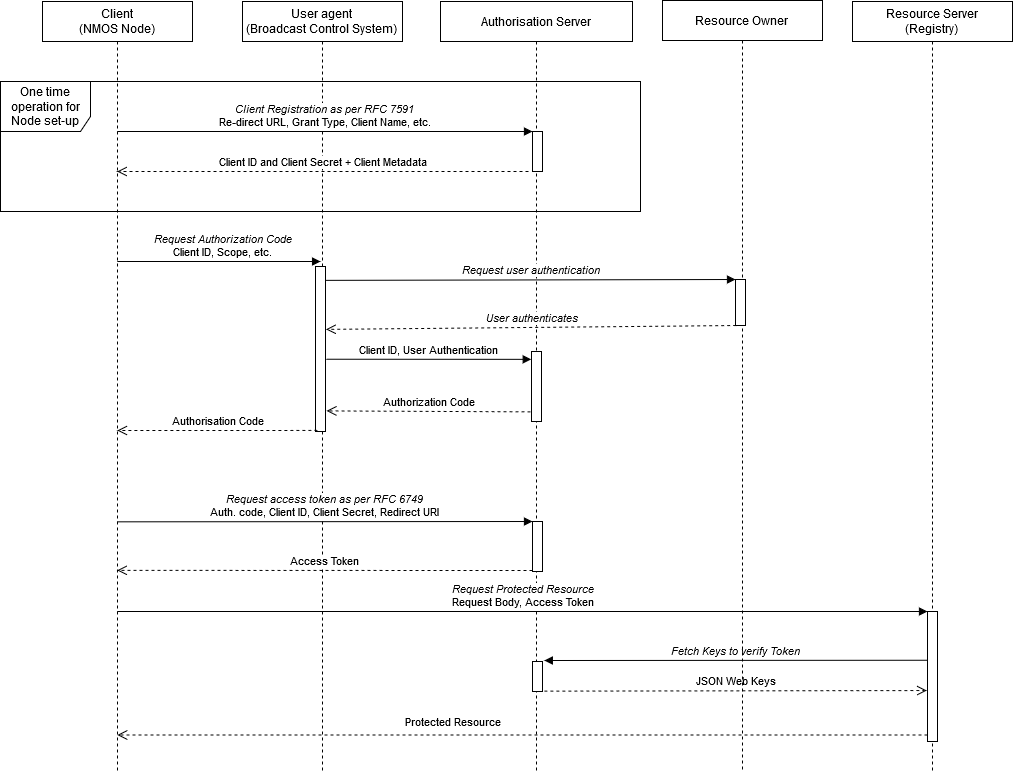
Above: docs/images/authorization_flow.png in AMWA-TV/is-10 (draw.io), before the change. Source tidied: cells renumbered, new cells last; positions are measured from the earlier drawing's top-left corner, leaving out a move shared by most shapes. The source it was exported from:
```xml
<mxGraphModel>
  <root>
    <mxCell id="0" />
    <mxCell id="1" parent="0" />
    <mxCell id="2" value="Client &lt;br&gt;(NMOS Node)" style="shape=umlLifeline;perimeter=lifelinePerimeter;whiteSpace=wrap;html=1;outlineConnect=0;" parent="1" vertex="1">
      <mxGeometry x="42" y="1" width="150" height="770" as="geometry" />
    </mxCell>
    <mxCell id="3" value="User agent&lt;br&gt;(Broadcast Control System)&lt;br&gt;" style="shape=umlLifeline;perimeter=lifelinePerimeter;whiteSpace=wrap;html=1;" parent="1" vertex="1">
      <mxGeometry x="242" y="1" width="160" height="770" as="geometry" />
    </mxCell>
    <mxCell id="4" style="html=1;points=[];perimeter=orthogonalPerimeter;" parent="3" vertex="1">
      <mxGeometry x="73" y="265" width="10" height="165" as="geometry" />
    </mxCell>
    <mxCell id="5" value="Authorisation Server&lt;br&gt;" style="shape=umlLifeline;perimeter=lifelinePerimeter;whiteSpace=wrap;html=1;" parent="1" vertex="1">
      <mxGeometry x="440" y="1" width="192" height="770" as="geometry" />
    </mxCell>
    <mxCell id="6" value="One time operation for Node set-up" style="shape=umlFrame;whiteSpace=wrap;html=1;width=90;height=50;" parent="5" vertex="1">
      <mxGeometry x="-440" y="80" width="640" height="130" as="geometry" />
    </mxCell>
    <mxCell id="7" style="html=1;points=[];perimeter=orthogonalPerimeter;" parent="5" vertex="1">
      <mxGeometry x="92" y="130" width="10" height="40" as="geometry" />
    </mxCell>
    <mxCell id="8" style="html=1;points=[];perimeter=orthogonalPerimeter;" parent="5" vertex="1">
      <mxGeometry x="91" y="350" width="10" height="70" as="geometry" />
    </mxCell>
    <mxCell id="9" style="html=1;points=[];perimeter=orthogonalPerimeter;" parent="5" vertex="1">
      <mxGeometry x="92" y="520" width="10" height="50" as="geometry" />
    </mxCell>
    <mxCell id="10" value="&lt;i&gt;Request access token as per RFC 6749&lt;/i&gt;&lt;br&gt;Auth. code, Client ID, Client Secret, Redirect URI" style="html=1;verticalAlign=bottom;endArrow=block;entryX=0;entryY=0;" parent="5" edge="1" target="9">
      <mxGeometry relative="1" as="geometry">
        <mxPoint x="-323.3" y="520.3" as="sourcePoint" />
      </mxGeometry>
    </mxCell>
    <mxCell id="11" value="Access Token" style="html=1;verticalAlign=bottom;endArrow=open;dashed=1;endSize=8;exitX=0;exitY=0.95;" parent="5" edge="1">
      <mxGeometry relative="1" as="geometry">
        <mxPoint x="92" y="569" as="sourcePoint" />
        <mxPoint x="-323.3" y="568.8" as="targetPoint" />
      </mxGeometry>
    </mxCell>
    <mxCell id="12" style="html=1;points=[];perimeter=orthogonalPerimeter;" parent="5" vertex="1">
      <mxGeometry x="92" y="660" width="10" height="30" as="geometry" />
    </mxCell>
    <mxCell id="13" value="Resource Server&lt;br&gt;(Registry)&lt;br&gt;" style="shape=umlLifeline;perimeter=lifelinePerimeter;whiteSpace=wrap;html=1;" parent="1" vertex="1">
      <mxGeometry x="852" y="1" width="160" height="770" as="geometry" />
    </mxCell>
    <mxCell id="14" style="html=1;points=[];perimeter=orthogonalPerimeter;" parent="13" vertex="1">
      <mxGeometry x="75" y="610" width="10" height="130" as="geometry" />
    </mxCell>
    <mxCell id="15" value="&lt;i&gt;Client Registration as per RFC 7591&lt;br&gt;&lt;/i&gt;Re-direct URL, Grant Type, Client Name, etc. " style="html=1;verticalAlign=bottom;endArrow=block;entryX=0;entryY=0;" parent="1" edge="1" source="2" target="7">
      <mxGeometry relative="1" as="geometry" />
    </mxCell>
    <mxCell id="16" value="Client ID and Client Secret + Client Metadata" style="html=1;verticalAlign=bottom;endArrow=open;dashed=1;endSize=8;" parent="1" edge="1">
      <mxGeometry relative="1" as="geometry">
        <mxPoint x="528" y="171" as="sourcePoint" />
        <mxPoint x="116.7" y="171" as="targetPoint" />
      </mxGeometry>
    </mxCell>
    <mxCell id="17" value="Authorisation Code" style="html=1;verticalAlign=bottom;endArrow=open;dashed=1;endSize=8;exitX=0.186;exitY=0.993;exitDx=0;exitDy=0;exitPerimeter=0;" parent="1" edge="1" source="4" target="2">
      <mxGeometry relative="1" as="geometry">
        <Array as="points">
          <mxPoint x="272" y="430" />
          <mxPoint x="202" y="430" />
        </Array>
      </mxGeometry>
    </mxCell>
    <mxCell id="18" value="Protected Resource" style="html=1;verticalAlign=bottom;endArrow=open;dashed=1;endSize=8;exitX=0;exitY=0.95;" parent="1" edge="1" source="14" target="2">
      <mxGeometry x="0.17" y="-4" relative="1" as="geometry" />
    </mxCell>
    <mxCell id="19" value="&lt;i&gt;Request Protected Resource&lt;/i&gt;&lt;br&gt;Request Body, Access Token&lt;br&gt;" style="html=1;verticalAlign=bottom;endArrow=block;entryX=0;entryY=0;" parent="1" edge="1" source="2" target="14">
      <mxGeometry relative="1" as="geometry" />
    </mxCell>
    <mxCell id="20" value="&lt;i&gt;Fetch Keys to verify Token&lt;br&gt;&lt;/i&gt;" style="html=1;verticalAlign=bottom;endArrow=block;entryX=1.181;entryY=-0.033;entryPerimeter=0;exitX=0.005;exitY=0.375;exitDx=0;exitDy=0;exitPerimeter=0;" parent="1" edge="1" source="14" target="12">
      <mxGeometry relative="1" as="geometry" />
    </mxCell>
    <mxCell id="21" value="JSON Web Keys" style="html=1;verticalAlign=bottom;endArrow=open;dashed=1;endSize=8;exitX=1.183;exitY=0.987;exitPerimeter=0;entryX=-0.072;entryY=0.608;entryPerimeter=0;" parent="1" edge="1" source="12" target="14">
      <mxGeometry relative="1" as="geometry" />
    </mxCell>
    <mxCell id="22" value="&lt;i&gt;User authenticates&lt;/i&gt;" style="html=1;verticalAlign=bottom;endArrow=open;dashed=1;endSize=8;exitX=0.067;exitY=1;exitPerimeter=0;entryX=1.052;entryY=0.381;entryDx=0;entryDy=0;entryPerimeter=0;" parent="1" edge="1" source="25" target="4">
      <mxGeometry relative="1" as="geometry" />
    </mxCell>
    <mxCell id="23" value="&lt;i&gt;Request user authentication&lt;/i&gt;" style="html=1;verticalAlign=bottom;endArrow=block;entryX=0;entryY=0;exitX=1.052;exitY=0.084;exitDx=0;exitDy=0;exitPerimeter=0;" parent="1" edge="1" source="4" target="25">
      <mxGeometry relative="1" as="geometry" />
    </mxCell>
    <mxCell id="24" value="Resource Owner&lt;br&gt;" style="shape=umlLifeline;perimeter=lifelinePerimeter;whiteSpace=wrap;html=1;" parent="1" vertex="1">
      <mxGeometry x="662" width="160" height="770" as="geometry" />
    </mxCell>
    <mxCell id="25" style="html=1;points=[];perimeter=orthogonalPerimeter;" parent="24" vertex="1">
      <mxGeometry x="73" y="279" width="10" height="46" as="geometry" />
    </mxCell>
    <mxCell id="26" value="&lt;div&gt;&lt;i&gt;Request Authorization Code&lt;/i&gt;&lt;br&gt;&lt;/div&gt;&lt;div&gt;Client ID, Scope, etc.&lt;br&gt;&lt;/div&gt;" style="html=1;verticalAlign=bottom;endArrow=block;" parent="1" edge="1" source="2">
      <mxGeometry x="0.03" relative="1" as="geometry">
        <mxPoint x="320.1" y="261" as="targetPoint" />
      </mxGeometry>
    </mxCell>
    <mxCell id="27" value="Client ID, User Authentication" style="html=1;verticalAlign=bottom;endArrow=block;exitX=1.067;exitY=0.562;exitDx=0;exitDy=0;exitPerimeter=0;entryX=-0.027;entryY=0.112;entryDx=0;entryDy=0;entryPerimeter=0;" parent="1" edge="1" source="4" target="8">
      <mxGeometry relative="1" as="geometry" />
    </mxCell>
    <mxCell id="28" value="Authorization Code" style="html=1;verticalAlign=bottom;endArrow=open;dashed=1;endSize=8;exitX=-0.1;exitY=0.862;exitDx=0;exitDy=0;exitPerimeter=0;entryX=1.1;entryY=0.875;entryDx=0;entryDy=0;entryPerimeter=0;" parent="1" edge="1" source="8" target="4">
      <mxGeometry relative="1" as="geometry" />
    </mxCell>
  </root>
</mxGraphModel>
```
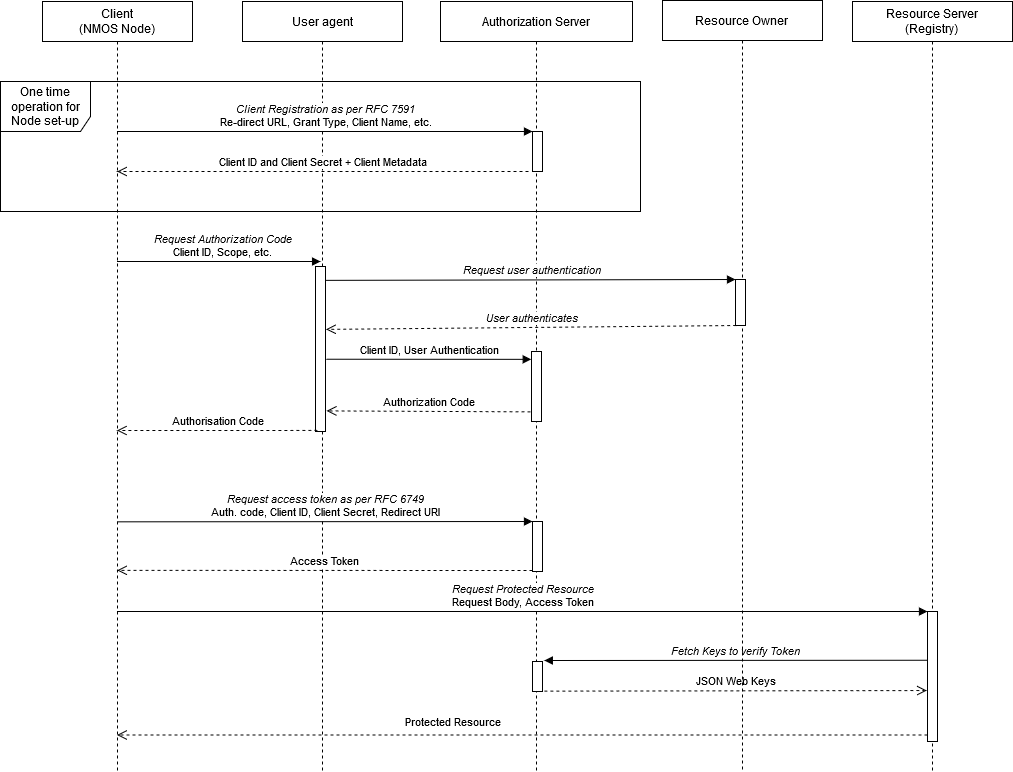
After the change.

Commit message:
make spelling consistently American

The edit, as a diff of the source:
```diff
@@ -5,13 +5,13 @@
     <mxCell id="2" value="Client &lt;br&gt;(NMOS Node)" style="shape=umlLifeline;perimeter=lifelinePerimeter;whiteSpace=wrap;html=1;outlineConnect=0;" parent="1" vertex="1">
       <mxGeometry x="42" y="1" width="150" height="770" as="geometry" />
     </mxCell>
-    <mxCell id="3" value="User agent&lt;br&gt;(Broadcast Control System)&lt;br&gt;" style="shape=umlLifeline;perimeter=lifelinePerimeter;whiteSpace=wrap;html=1;" parent="1" vertex="1">
+    <mxCell id="3" value="User agent" style="shape=umlLifeline;perimeter=lifelinePerimeter;whiteSpace=wrap;html=1;" parent="1" vertex="1">
       <mxGeometry x="242" y="1" width="160" height="770" as="geometry" />
     </mxCell>
     <mxCell id="4" style="html=1;points=[];perimeter=orthogonalPerimeter;" parent="3" vertex="1">
       <mxGeometry x="73" y="265" width="10" height="165" as="geometry" />
     </mxCell>
-    <mxCell id="5" value="Authorisation Server&lt;br&gt;" style="shape=umlLifeline;perimeter=lifelinePerimeter;whiteSpace=wrap;html=1;" parent="1" vertex="1">
+    <mxCell id="5" value="Authorization Server" style="shape=umlLifeline;perimeter=lifelinePerimeter;whiteSpace=wrap;html=1;" parent="1" vertex="1">
       <mxGeometry x="440" y="1" width="192" height="770" as="geometry" />
     </mxCell>
     <mxCell id="6" value="One time operation for Node set-up" style="shape=umlFrame;whiteSpace=wrap;html=1;width=90;height=50;" parent="5" vertex="1">
```
